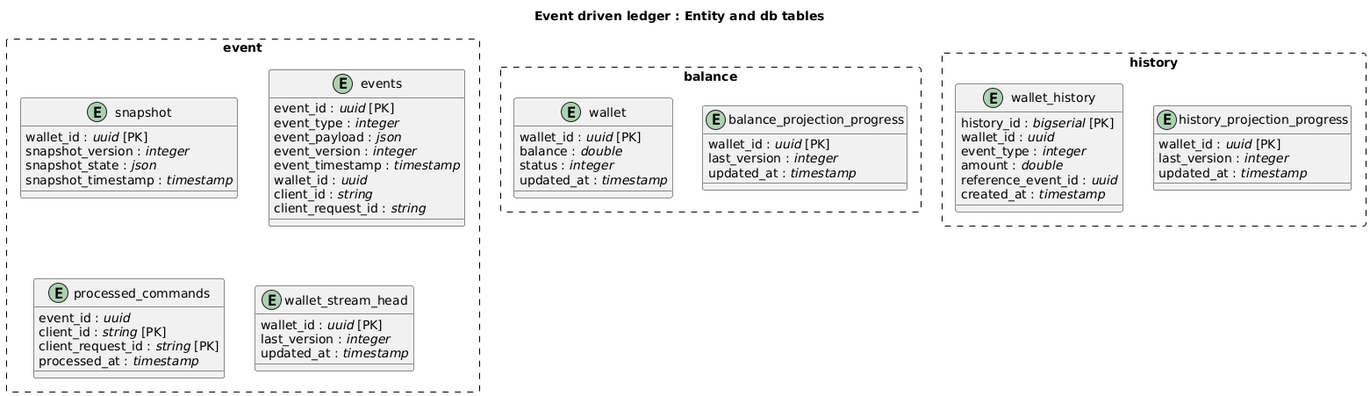
Earlier version of the PlantUML export software-docs/entity model/er_system.png (raj-mistry-01/Event-Driven-Ledger).
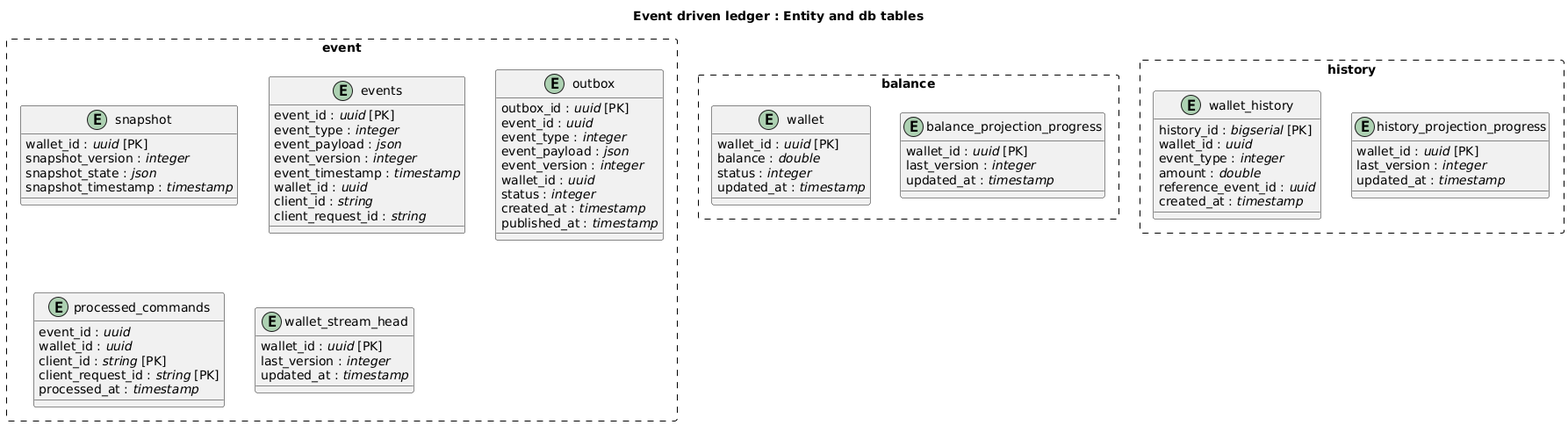
After the commit.

Change to the diagram source:
```diff
@@ -3,8 +3,6 @@
 skinparam packageStyle rectangle
 
 title "Event driven ledger : Entity and db tables"
-
-
 
 package event #line.dashed{
 entity snapshot {
@@ -25,8 +23,21 @@
   client_request_id : //string//
 }
 
+entity outbox {
+  outbox_id : //uuid// [PK]
+  event_id : //uuid//
+  event_type : //integer//
+  event_payload : //json//
+  event_version : //integer//
+  wallet_id : //uuid//
+  status : //integer//
+  created_at : //timestamp//
+  published_at : //timestamp//
+}
+
 entity processed_commands {
   event_id : //uuid//
+  wallet_id : //uuid//
   client_id : //string// [PK]
   client_request_id : //string// [PK]
   processed_at : //timestamp//
@@ -39,7 +50,6 @@
 }
 
 }
-
 
 
 package balance #line.dashed{
```
